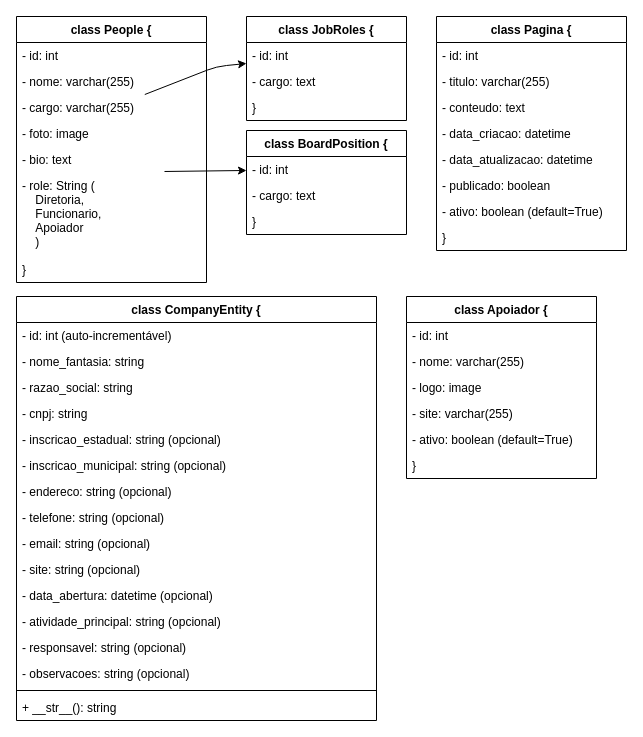
jonasaacampos/site_caa keeps this draw.io diagram as class_map.drawio. Above is the earlier version. Source tidied: cells renumbered, new cells numbered last; positions are measured from the earlier drawing's top-left corner, leaving out a move shared by most shapes. Both pictures are drawn from the tidied source at 100%, with x=0, y=0 at pixel (16, 16).
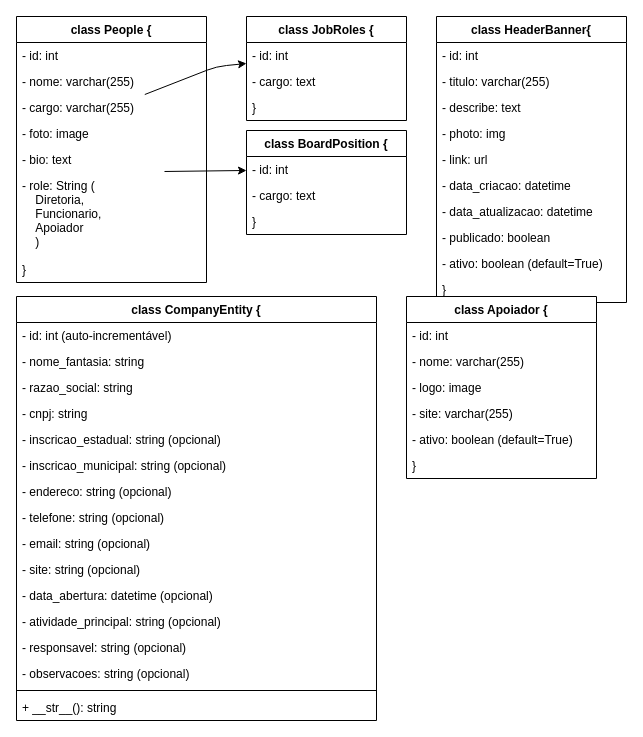
Above is the later version.

Change to the diagram source:
```diff
@@
-    <mxCell id="2" value="class Pagina {" style="swimlane;fontStyle=1;horizontal=1;startSize=26;" parent="1" vertex="1">
-      <mxGeometry x="420" width="190" height="234" as="geometry" />
+    <mxCell id="2" value="class HeaderBanner{" style="swimlane;fontStyle=1;horizontal=1;startSize=26;" parent="1" vertex="1">
+      <mxGeometry x="420" width="190" height="286" as="geometry" />
     </mxCell>
@@
-    <mxCell id="5" value="  - conteudo: text" style="text;strokeColor=none;fillColor=none;align=left;verticalAlign=top;spacingLeft=4;spacingRight=4;overflow=hidden;" parent="2" vertex="1">
+    <mxCell id="5" value="  - describe: text" style="text;strokeColor=none;fillColor=none;align=left;verticalAlign=top;spacingLeft=4;spacingRight=4;overflow=hidden;" parent="2" vertex="1">
       <mxGeometry y="78" width="190" height="26" as="geometry" />
     </mxCell>
+    <mxCell id="53" value="  - photo: img" style="text;strokeColor=none;fillColor=none;align=left;verticalAlign=top;spacingLeft=4;spacingRight=4;overflow=hidden;" parent="2" vertex="1">
+      <mxGeometry y="104" width="190" height="26" as="geometry" />
+    </mxCell>
+    <mxCell id="54" value="- link: url" style="text;strokeColor=none;fillColor=none;align=left;verticalAlign=top;spacingLeft=4;spacingRight=4;overflow=hidden;" parent="2" vertex="1">
+      <mxGeometry y="130" width="190" height="26" as="geometry" />
+    </mxCell>
     <mxCell id="6" value="  - data_criacao: datetime" style="text;strokeColor=none;fillColor=none;align=left;verticalAlign=top;spacingLeft=4;spacingRight=4;overflow=hidden;" parent="2" vertex="1">
-      <mxGeometry y="104" width="190" height="26" as="geometry" />
+      <mxGeometry y="156" width="190" height="26" as="geometry" />
     </mxCell>
     <mxCell id="7" value="  - data_atualizacao: datetime" style="text;strokeColor=none;fillColor=none;align=left;verticalAlign=top;spacingLeft=4;spacingRight=4;overflow=hidden;" parent="2" vertex="1">
-      <mxGeometry y="130" width="190" height="26" as="geometry" />
+      <mxGeometry y="182" width="190" height="26" as="geometry" />
     </mxCell>
     <mxCell id="8" value="  - publicado: boolean" style="text;strokeColor=none;fillColor=none;align=left;verticalAlign=top;spacingLeft=4;spacingRight=4;overflow=hidden;" parent="2" vertex="1">
-      <mxGeometry y="156" width="190" height="26" as="geometry" />
+      <mxGeometry y="208" width="190" height="26" as="geometry" />
     </mxCell>
     <mxCell id="9" value="  - ativo: boolean (default=True)" style="text;strokeColor=none;fillColor=none;align=left;verticalAlign=top;spacingLeft=4;spacingRight=4;overflow=hidden;" parent="2" vertex="1">
-      <mxGeometry y="182" width="190" height="26" as="geometry" />
+      <mxGeometry y="234" width="190" height="26" as="geometry" />
     </mxCell>
     <mxCell id="10" value="  }" style="text;strokeColor=none;fillColor=none;align=left;verticalAlign=top;spacingLeft=4;spacingRight=4;overflow=hidden;" parent="2" vertex="1">
-      <mxGeometry y="208" width="190" height="26" as="geometry" />
+      <mxGeometry y="260" width="190" height="26" as="geometry" />
     </mxCell>
```
